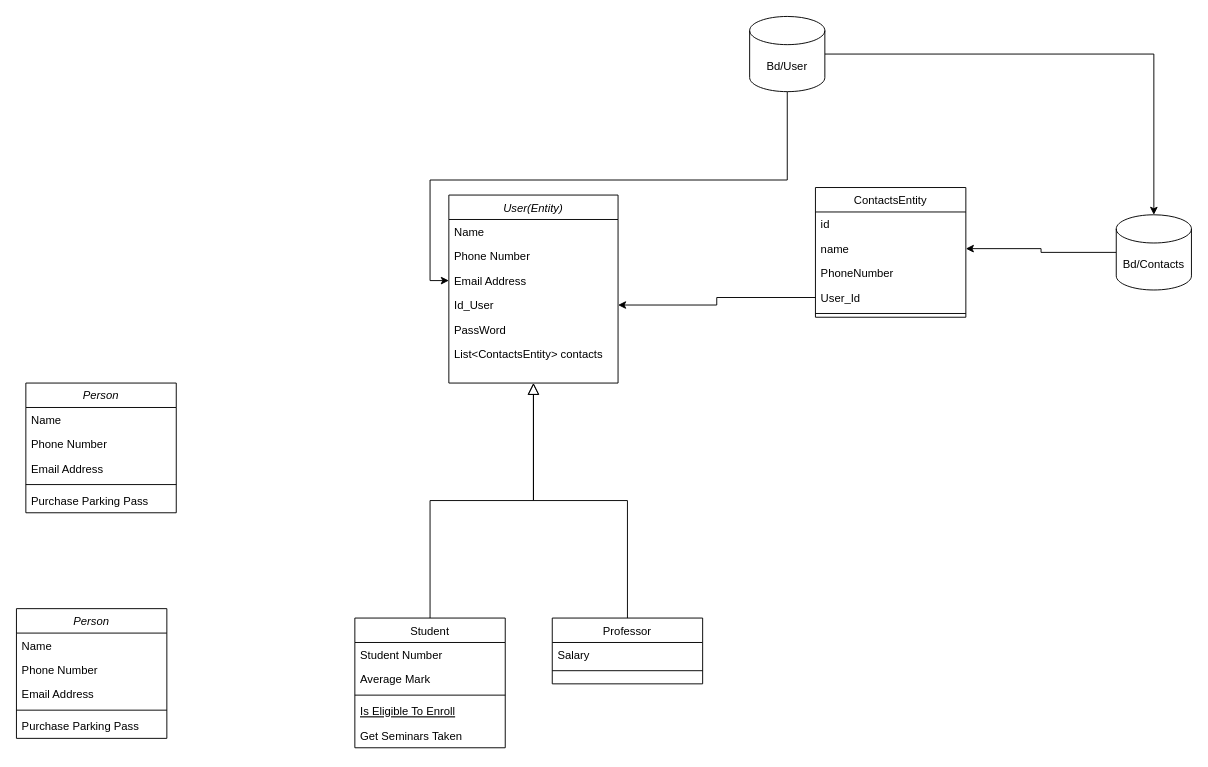
This is ConexionBaseDeDatos.drawio from AlejoVM122/Mis-Proyectos, a draw.io file, before an edit. Source tidied: cells renumbered, new cells numbered last; positions are measured from the earlier drawing's top-left corner, leaving out a move shared by most shapes. Both pictures are drawn from the tidied source at 94%, with x=0, y=0 at pixel (16, 16).
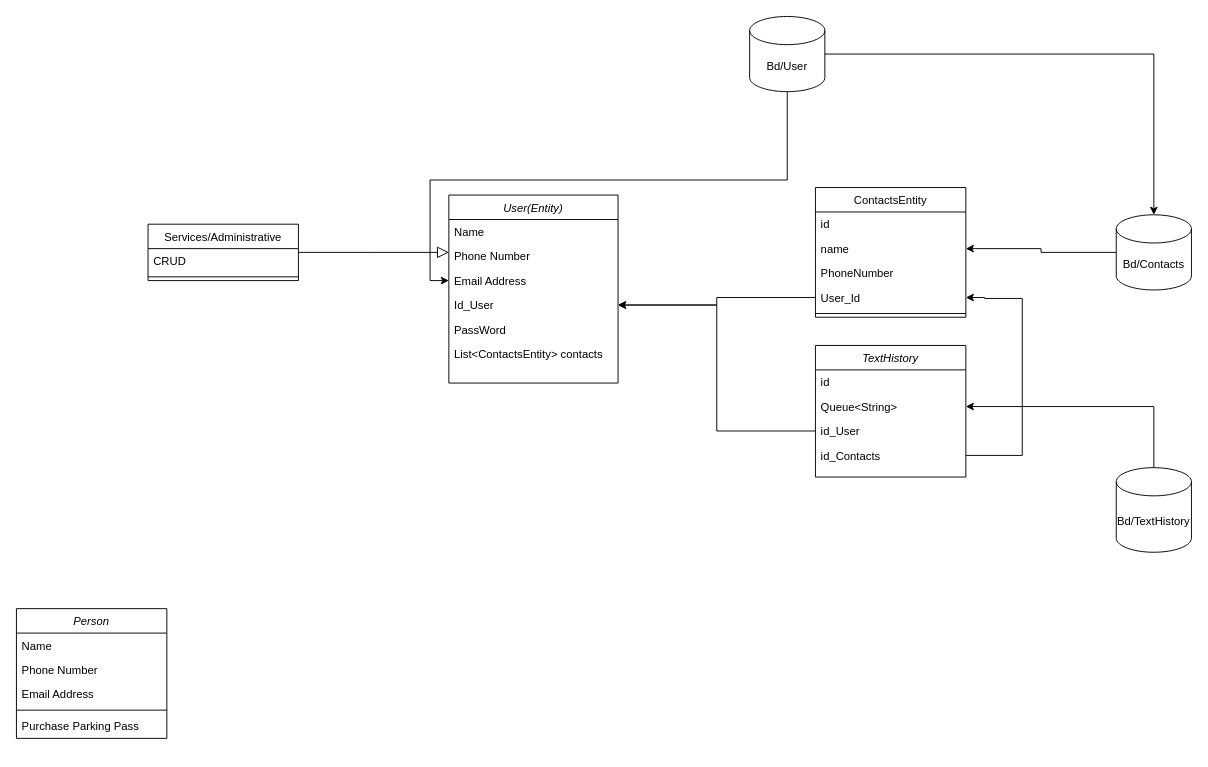
The same page after the edit.

The change refers to these unchanged cells:
```xml
<mxCell id="2" value="User(Entity)" style="swimlane;fontStyle=2;align=center;verticalAlign=top;horizontal=1;startSize=26;rounded=0;shadow=0;strokeWidth=1;" parent="1" vertex="1">
  <mxGeometry x="460" y="190" width="180" height="200" as="geometry" />
</mxCell>
<mxCell id="6" value="Id_User" style="text;align=left;verticalAlign=top;spacingLeft=4;spacingRight=4;overflow=hidden;points=[[0,0.5],[1,0.5]];portConstraint=eastwest;" parent="2" vertex="1">
  <mxGeometry y="104" width="180" height="26" as="geometry" />
</mxCell>
<mxCell id="24" value="User_Id" style="text;align=left;verticalAlign=top;spacingLeft=4;spacingRight=4;overflow=hidden;points=[[0,0.5],[1,0.5]];portConstraint=eastwest;rounded=0;shadow=0;html=0;" parent="20" vertex="1">
  <mxGeometry y="104" width="160" height="26" as="geometry" />
</mxCell>
```

Diff of the diagram source:
```diff
@@
-    <mxCell id="9" value="Student" style="swimlane;fontStyle=0;align=center;verticalAlign=top;horizontal=1;startSize=26;rounded=0;shadow=0;strokeWidth=1;" parent="1" vertex="1">
-      <mxGeometry x="360" y="640" width="160" height="138" as="geometry" />
+    <mxCell id="9" value="Services/Administrative" style="swimlane;fontStyle=0;align=center;verticalAlign=top;horizontal=1;startSize=26;rounded=0;shadow=0;strokeWidth=1;" parent="1" vertex="1">
+      <mxGeometry x="140" y="221" width="160" height="60" as="geometry" />
     </mxCell>
-    <mxCell id="10" value="Student Number" style="text;align=left;verticalAlign=top;spacingLeft=4;spacingRight=4;overflow=hidden;" parent="9" vertex="1">
+    <mxCell id="10" value="CRUD" style="text;align=left;verticalAlign=top;spacingLeft=4;spacingRight=4;overflow=hidden;" parent="9" vertex="1">
       <mxGeometry y="26" width="160" height="26" as="geometry" />
     </mxCell>
-    <mxCell id="11" value="Average Mark" style="text;align=left;verticalAlign=top;spacingLeft=4;spacingRight=4;overflow=hidden;rounded=0;shadow=0;html=0;" parent="9" vertex="1">
-      <mxGeometry y="52" width="160" height="26" as="geometry" />
-    </mxCell>
     <mxCell id="12" style="line;html=1;strokeWidth=1;align=left;verticalAlign=middle;spacingTop=-1;spacingLeft=3;spacingRight=3;labelPosition=right;" parent="9" vertex="1">
-      <mxGeometry y="78" width="160" height="8" as="geometry" />
+      <mxGeometry y="52" width="160" height="8" as="geometry" />
     </mxCell>
-    <mxCell id="13" value="Is Eligible To Enroll" style="text;align=left;verticalAlign=top;spacingLeft=4;spacingRight=4;overflow=hidden;fontStyle=4;" parent="9" vertex="1">
-      <mxGeometry y="86" width="160" height="26" as="geometry" />
-    </mxCell>
-    <mxCell id="14" value="Get Seminars Taken" style="text;align=left;verticalAlign=top;spacingLeft=4;spacingRight=4;overflow=hidden;" parent="9" vertex="1">
-      <mxGeometry y="112" width="160" height="26" as="geometry" />
-    </mxCell>
@@
-    <mxCell id="16" value="Professor" style="swimlane;fontStyle=0;align=center;verticalAlign=top;horizontal=1;startSize=26;rounded=0;shadow=0;strokeWidth=1;" parent="1" vertex="1">
-      <mxGeometry x="570" y="640" width="160" height="70" as="geometry" />
-    </mxCell>
-    <mxCell id="17" value="Salary" style="text;align=left;verticalAlign=top;spacingLeft=4;spacingRight=4;overflow=hidden;" parent="16" vertex="1">
-      <mxGeometry y="26" width="160" height="26" as="geometry" />
-    </mxCell>
-    <mxCell id="18" style="line;html=1;strokeWidth=1;align=left;verticalAlign=middle;spacingTop=-1;spacingLeft=3;spacingRight=3;labelPosition=right;" parent="16" vertex="1">
-      <mxGeometry y="52" width="160" height="8" as="geometry" />
-    </mxCell>
-    <mxCell id="19" style="endArrow=block;endSize=10;endFill=0;shadow=0;strokeWidth=1;rounded=0;edgeStyle=elbowEdgeStyle;elbow=vertical;" parent="1" edge="1" source="16" target="2">
-      <mxGeometry relative="1" as="geometry" />
-    </mxCell>
@@
-    <mxCell id="32" value="Person" style="swimlane;fontStyle=2;align=center;verticalAlign=top;horizontal=1;startSize=26;rounded=0;shadow=0;strokeWidth=1;" parent="1" vertex="1">
-      <mxGeometry x="10" y="390" width="160" height="138" as="geometry" />
+    <mxCell id="32" value="TextHistory" style="swimlane;fontStyle=2;align=center;verticalAlign=top;horizontal=1;startSize=26;rounded=0;shadow=0;strokeWidth=1;" parent="1" vertex="1">
+      <mxGeometry x="850" y="350" width="160" height="140" as="geometry" />
     </mxCell>
-    <mxCell id="33" value="Name" style="text;align=left;verticalAlign=top;spacingLeft=4;spacingRight=4;overflow=hidden;" parent="32" vertex="1">
+    <mxCell id="33" value="id" style="text;align=left;verticalAlign=top;spacingLeft=4;spacingRight=4;overflow=hidden;" parent="32" vertex="1">
       <mxGeometry y="26" width="160" height="26" as="geometry" />
     </mxCell>
-    <mxCell id="34" value="Phone Number" style="text;align=left;verticalAlign=top;spacingLeft=4;spacingRight=4;overflow=hidden;points=[[0,0.5],[1,0.5]];portConstraint=eastwest;rounded=0;shadow=0;html=0;" parent="32" vertex="1">
+    <mxCell id="34" value="Queue&lt;String&gt;" style="text;align=left;verticalAlign=top;spacingLeft=4;spacingRight=4;overflow=hidden;points=[[0,0.5],[1,0.5]];portConstraint=eastwest;rounded=0;shadow=0;html=0;" parent="32" vertex="1">
       <mxGeometry y="52" width="160" height="26" as="geometry" />
     </mxCell>
-    <mxCell id="35" value="Email Address" style="text;align=left;verticalAlign=top;spacingLeft=4;spacingRight=4;overflow=hidden;points=[[0,0.5],[1,0.5]];portConstraint=eastwest;rounded=0;shadow=0;html=0;" parent="32" vertex="1">
+    <mxCell id="35" value="id_User" style="text;align=left;verticalAlign=top;spacingLeft=4;spacingRight=4;overflow=hidden;points=[[0,0.5],[1,0.5]];portConstraint=eastwest;rounded=0;shadow=0;html=0;" parent="32" vertex="1">
       <mxGeometry y="78" width="160" height="26" as="geometry" />
     </mxCell>
-    <mxCell id="36" style="line;html=1;strokeWidth=1;align=left;verticalAlign=middle;spacingTop=-1;spacingLeft=3;spacingRight=3;labelPosition=right;" parent="32" vertex="1">
-      <mxGeometry y="104" width="160" height="8" as="geometry" />
-    </mxCell>
-    <mxCell id="37" value="Purchase Parking Pass" style="text;align=left;verticalAlign=top;spacingLeft=4;spacingRight=4;overflow=hidden;" parent="32" vertex="1">
-      <mxGeometry y="112" width="160" height="26" as="geometry" />
-    </mxCell>
+    <mxCell id="44" value="id_Contacts" style="text;align=left;verticalAlign=top;spacingLeft=4;spacingRight=4;overflow=hidden;points=[[0,0.5],[1,0.5]];portConstraint=eastwest;rounded=0;shadow=0;html=0;" parent="32" vertex="1">
+      <mxGeometry y="104" width="160" height="26" as="geometry" />
+    </mxCell>
@@
+    <mxCell id="45" style="edgeStyle=orthogonalEdgeStyle;rounded=0;jettySize=auto;html=1;entryX=1;entryY=0.5;entryDx=0;entryDy=0;" parent="1" edge="1" source="35" target="6">
+      <mxGeometry relative="1" as="geometry" />
+    </mxCell>
+    <mxCell id="46" style="edgeStyle=orthogonalEdgeStyle;rounded=0;jettySize=auto;html=1;" parent="1" edge="1" source="44" target="24">
+      <mxGeometry relative="1" as="geometry">
+        <Array as="points">
+          <mxPoint x="1070" y="467" />
+          <mxPoint x="1070" y="300" />
+          <mxPoint x="1030" y="300" />
+          <mxPoint x="1030" y="299" />
+        </Array>
+      </mxGeometry>
+    </mxCell>
+    <mxCell id="47" style="edgeStyle=orthogonalEdgeStyle;rounded=0;jettySize=auto;html=1;entryX=1;entryY=0.5;entryDx=0;entryDy=0;" parent="1" edge="1" source="48" target="34">
+      <mxGeometry relative="1" as="geometry" />
+    </mxCell>
+    <mxCell id="48" value="Bd/TextHistory" style="shape=cylinder3;whiteSpace=wrap;html=1;boundedLbl=1;backgroundOutline=1;size=15;" parent="1" vertex="1">
+      <mxGeometry x="1170" y="480" width="80" height="90" as="geometry" />
+    </mxCell>
```
